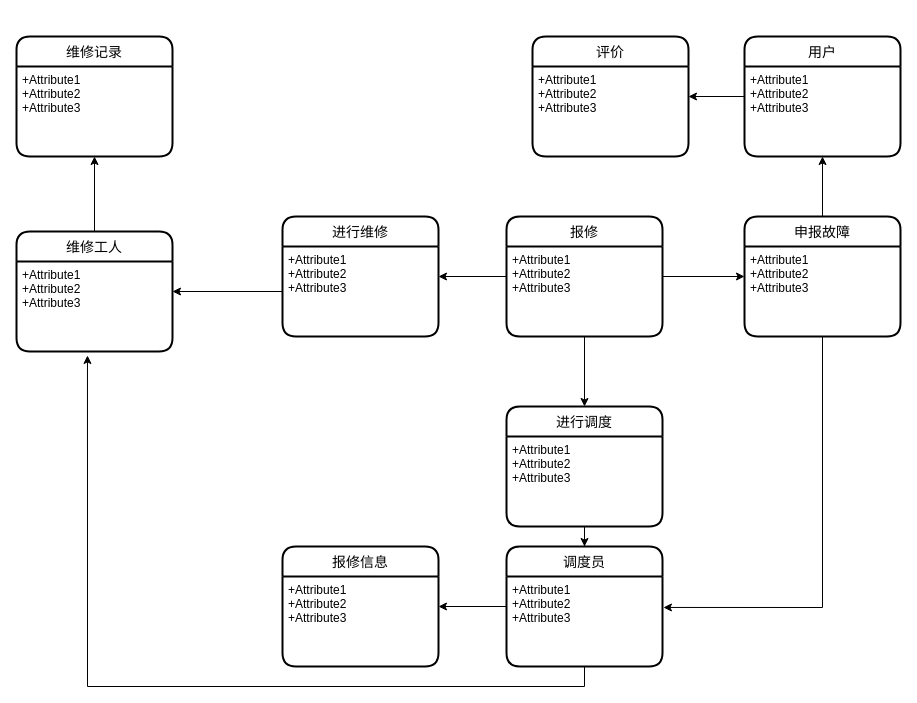
Earlier version of the draw.io diagram 未命名绘图.drawio (yangliufdu/Rdma). Source tidied: cells renumbered, new cells numbered last; positions are measured from the earlier drawing's top-left corner, leaving out a move shared by most shapes. Both pictures are drawn from the tidied source at 100%, with x=0, y=0 at pixel (16, 36).
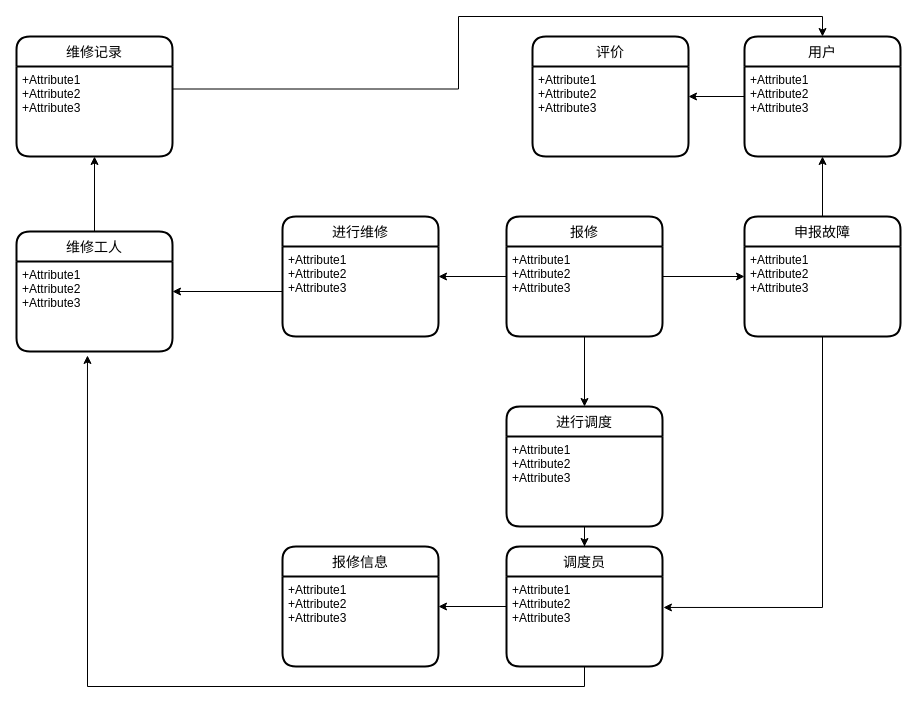
The same page after the edit.

Commit message (it also covers changes not shown here):
更新未命名绘图.drawio

The change refers to these unchanged cells:
```xml
<mxCell id="15" value="用户" style="swimlane;horizontal=1;startSize=30;rounded=1;fontSize=14;fontStyle=0;strokeWidth=2;shadow=0;dashed=0;align=center;" parent="1" vertex="1">
  <mxGeometry x="728" width="156" height="120" as="geometry" />
</mxCell>
<mxCell id="32" value="+Attribute1&#10;+Attribute2&#10;+Attribute3" style="align=left;strokeColor=none;fillColor=none;spacingLeft=4;fontSize=12;verticalAlign=top;" parent="31" vertex="1">
  <mxGeometry y="30" width="156" height="90" as="geometry" />
</mxCell>
```

What changed in the source:
```diff
@@
+    <mxCell id="33" style="edgeStyle=orthogonalEdgeStyle;rounded=0;jettySize=auto;html=1;exitX=1;exitY=0.25;exitDx=0;exitDy=0;entryX=0.5;entryY=0;entryDx=0;entryDy=0;" parent="1" edge="1" source="32" target="15">
+      <mxGeometry relative="1" as="geometry" />
+    </mxCell>
```
